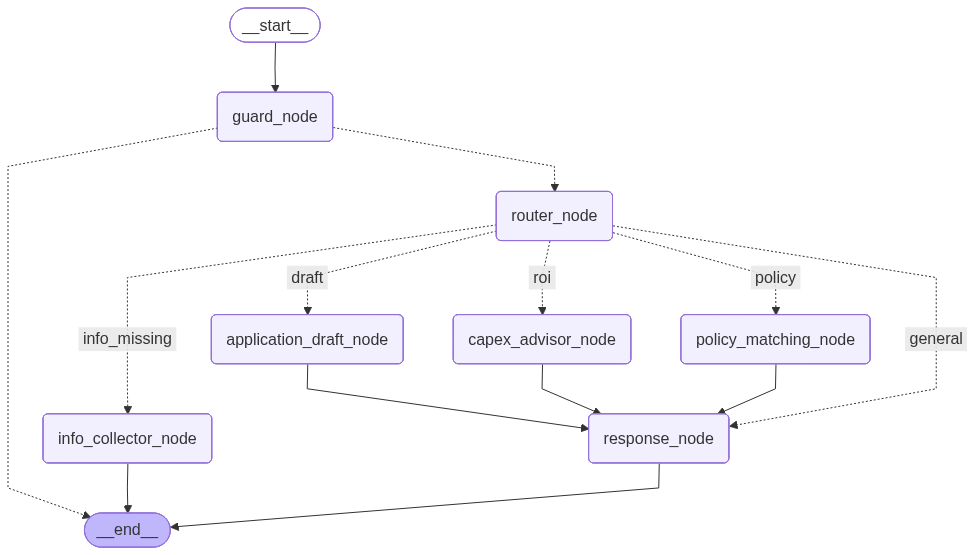
Before: backend/images/factofit_v1.png, a diagram exported from Mermaid (EOCHAEEUN/0.0). Its source is kept beside it as backend/images/factofit_v1.mmd.
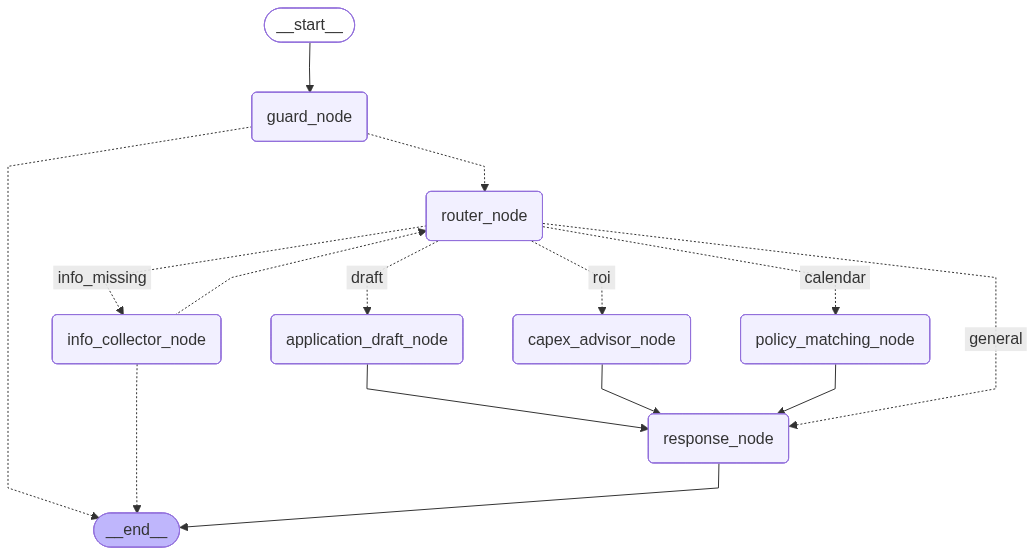
The same file after the commit.

Change to the diagram source:
```diff
@@ -18,13 +18,14 @@
 	capex_advisor_node --> response_node;
 	guard_node -.-> __end__;
 	guard_node -.-> router_node;
+	info_collector_node -.-> __end__;
+	info_collector_node -.-> router_node;
 	policy_matching_node --> response_node;
 	router_node -. &nbsp;draft&nbsp; .-> application_draft_node;
 	router_node -. &nbsp;roi&nbsp; .-> capex_advisor_node;
 	router_node -. &nbsp;info_missing&nbsp; .-> info_collector_node;
-	router_node -. &nbsp;policy&nbsp; .-> policy_matching_node;
+	router_node -. &nbsp;calendar&nbsp; .-> policy_matching_node;
 	router_node -. &nbsp;general&nbsp; .-> response_node;
-	info_collector_node --> __end__;
 	response_node --> __end__;
 	classDef default fill:#f2f0ff,line-height:1.2
 	classDef first fill-opacity:0
```
